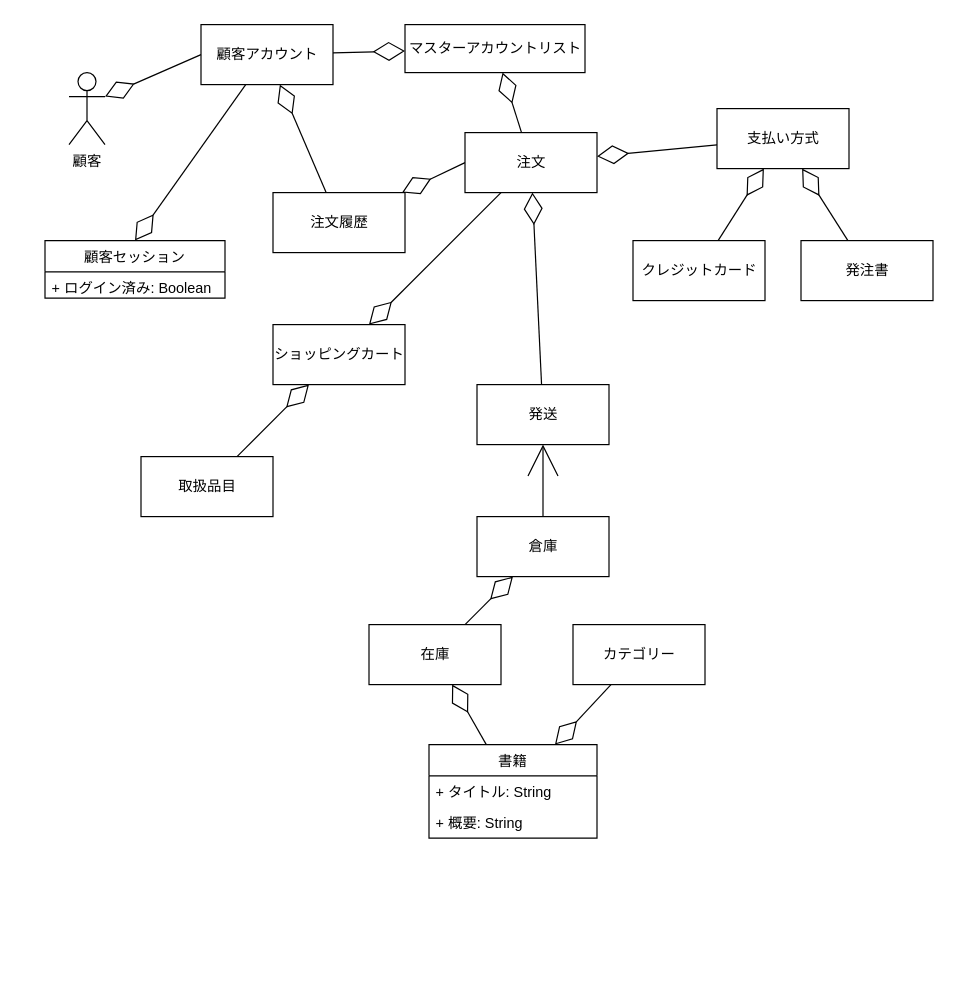
This is architecture/domain-model/インターネット書店静的モデル.drawio from rinotc/practice_iconix, a draw.io file, before an edit. Source tidied: cells renumbered, new cells numbered last; positions are measured from the earlier drawing's top-left corner, leaving out a move shared by most shapes. Both pictures are drawn from the tidied source at 120%, with x=0, y=0 at pixel (44, 24).
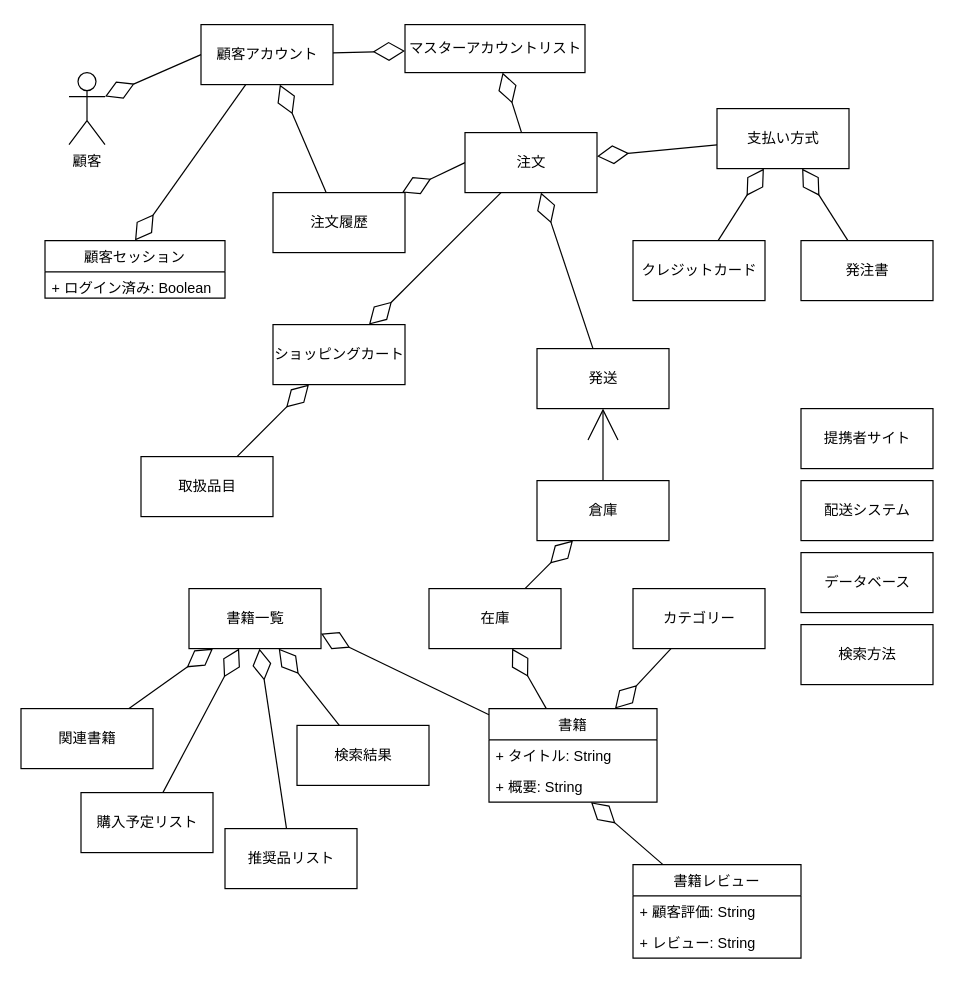
The same diagram, later.

Commit message (it also covers changes not shown here):
Update インターネット書店静的モデル.drawio

The change refers to these unchanged cells:
```xml
<mxCell id="32" value="+ 概要: String" style="text;strokeColor=none;fillColor=none;align=left;verticalAlign=top;spacingLeft=4;spacingRight=4;overflow=hidden;points=[[0,0.5],[1,0.5]];portConstraint=eastwest;" parent="30" vertex="1">
  <mxGeometry y="52" width="140" height="26" as="geometry" />
</mxCell>
```

Change to the diagram source:
```diff
@@
     <mxCell id="24" value="発送" style="html=1;" parent="1" vertex="1">
-      <mxGeometry x="360" y="300" width="110" height="50" as="geometry" />
+      <mxGeometry x="410" y="270" width="110" height="50" as="geometry" />
     </mxCell>
@@
     <mxCell id="26" value="倉庫" style="html=1;" parent="1" vertex="1">
-      <mxGeometry x="360" y="410" width="110" height="50" as="geometry" />
+      <mxGeometry x="410" y="380" width="110" height="50" as="geometry" />
     </mxCell>
@@
     <mxCell id="28" value="在庫" style="html=1;" parent="1" vertex="1">
-      <mxGeometry x="270" y="500" width="110" height="50" as="geometry" />
+      <mxGeometry x="320" y="470" width="110" height="50" as="geometry" />
     </mxCell>
@@
+    <mxCell id="37" style="edgeStyle=none;rounded=0;jettySize=auto;html=1;entryX=1;entryY=0.75;entryDx=0;entryDy=0;endArrow=diamondThin;endFill=0;endSize=24;strokeWidth=1;" parent="1" edge="1" source="30" target="42">
+      <mxGeometry relative="1" as="geometry" />
+    </mxCell>
     <mxCell id="30" value="書籍" style="swimlane;fontStyle=0;horizontal=1;startSize=26;fillColor=none;" parent="1" vertex="1">
-      <mxGeometry x="320" y="600" width="140" height="78" as="geometry" />
+      <mxGeometry x="370" y="570" width="140" height="78" as="geometry" />
     </mxCell>
@@
     <mxCell id="34" value="カテゴリー" style="html=1;" parent="1" vertex="1">
-      <mxGeometry x="440" y="500" width="110" height="50" as="geometry" />
+      <mxGeometry x="490" y="470" width="110" height="50" as="geometry" />
     </mxCell>
@@
+    <mxCell id="38" value="提携者サイト" style="html=1;" parent="1" vertex="1">
+      <mxGeometry x="630" y="320" width="110" height="50" as="geometry" />
+    </mxCell>
+    <mxCell id="39" value="配送システム" style="html=1;" parent="1" vertex="1">
+      <mxGeometry x="630" y="380" width="110" height="50" as="geometry" />
+    </mxCell>
+    <mxCell id="40" value="データベース" style="html=1;" parent="1" vertex="1">
+      <mxGeometry x="630" y="440" width="110" height="50" as="geometry" />
+    </mxCell>
+    <mxCell id="41" value="検索方法" style="html=1;" parent="1" vertex="1">
+      <mxGeometry x="630" y="500" width="110" height="50" as="geometry" />
+    </mxCell>
+    <mxCell id="42" value="書籍一覧" style="html=1;" parent="1" vertex="1">
+      <mxGeometry x="120" y="470" width="110" height="50" as="geometry" />
+    </mxCell>
+    <mxCell id="43" style="edgeStyle=none;rounded=0;jettySize=auto;html=1;endArrow=diamondThin;endFill=0;endSize=24;strokeWidth=1;" parent="1" edge="1" source="44" target="42">
+      <mxGeometry relative="1" as="geometry" />
+    </mxCell>
+    <mxCell id="44" value="関連書籍" style="html=1;" parent="1" vertex="1">
+      <mxGeometry x="-20" y="570" width="110" height="50" as="geometry" />
+    </mxCell>
+    <mxCell id="45" style="edgeStyle=none;rounded=0;jettySize=auto;html=1;endArrow=diamondThin;endFill=0;endSize=24;strokeWidth=1;" parent="1" edge="1" source="46" target="42">
+      <mxGeometry relative="1" as="geometry" />
+    </mxCell>
+    <mxCell id="46" value="購入予定リスト" style="html=1;" parent="1" vertex="1">
+      <mxGeometry x="30" y="640" width="110" height="50" as="geometry" />
+    </mxCell>
+    <mxCell id="47" style="edgeStyle=none;rounded=0;jettySize=auto;html=1;endArrow=diamondThin;endFill=0;endSize=24;strokeWidth=1;" parent="1" edge="1" source="48" target="42">
+      <mxGeometry relative="1" as="geometry" />
+    </mxCell>
+    <mxCell id="48" value="検索結果" style="html=1;" parent="1" vertex="1">
+      <mxGeometry x="210" y="584" width="110" height="50" as="geometry" />
+    </mxCell>
+    <mxCell id="49" style="edgeStyle=none;rounded=0;jettySize=auto;html=1;endArrow=diamondThin;endFill=0;endSize=24;strokeWidth=1;" parent="1" edge="1" source="50" target="42">
+      <mxGeometry relative="1" as="geometry" />
+    </mxCell>
+    <mxCell id="50" value="推奨品リスト" style="html=1;" parent="1" vertex="1">
+      <mxGeometry x="150" y="670" width="110" height="50" as="geometry" />
+    </mxCell>
+    <mxCell id="51" style="edgeStyle=none;rounded=0;jettySize=auto;html=1;endArrow=diamondThin;endFill=0;endSize=24;strokeWidth=1;" parent="1" edge="1" source="52" target="32">
+      <mxGeometry relative="1" as="geometry" />
+    </mxCell>
+    <mxCell id="52" value="書籍レビュー" style="swimlane;fontStyle=0;horizontal=1;startSize=26;fillColor=none;" parent="1" vertex="1">
+      <mxGeometry x="490" y="700" width="140" height="78" as="geometry" />
+    </mxCell>
+    <mxCell id="53" value="+ 顧客評価: String" style="text;strokeColor=none;fillColor=none;align=left;verticalAlign=top;spacingLeft=4;spacingRight=4;overflow=hidden;" parent="52" vertex="1">
+      <mxGeometry y="26" width="140" height="26" as="geometry" />
+    </mxCell>
+    <mxCell id="54" value="+ レビュー: String" style="text;strokeColor=none;fillColor=none;align=left;verticalAlign=top;spacingLeft=4;spacingRight=4;overflow=hidden;" parent="52" vertex="1">
+      <mxGeometry y="52" width="140" height="26" as="geometry" />
+    </mxCell>
```
